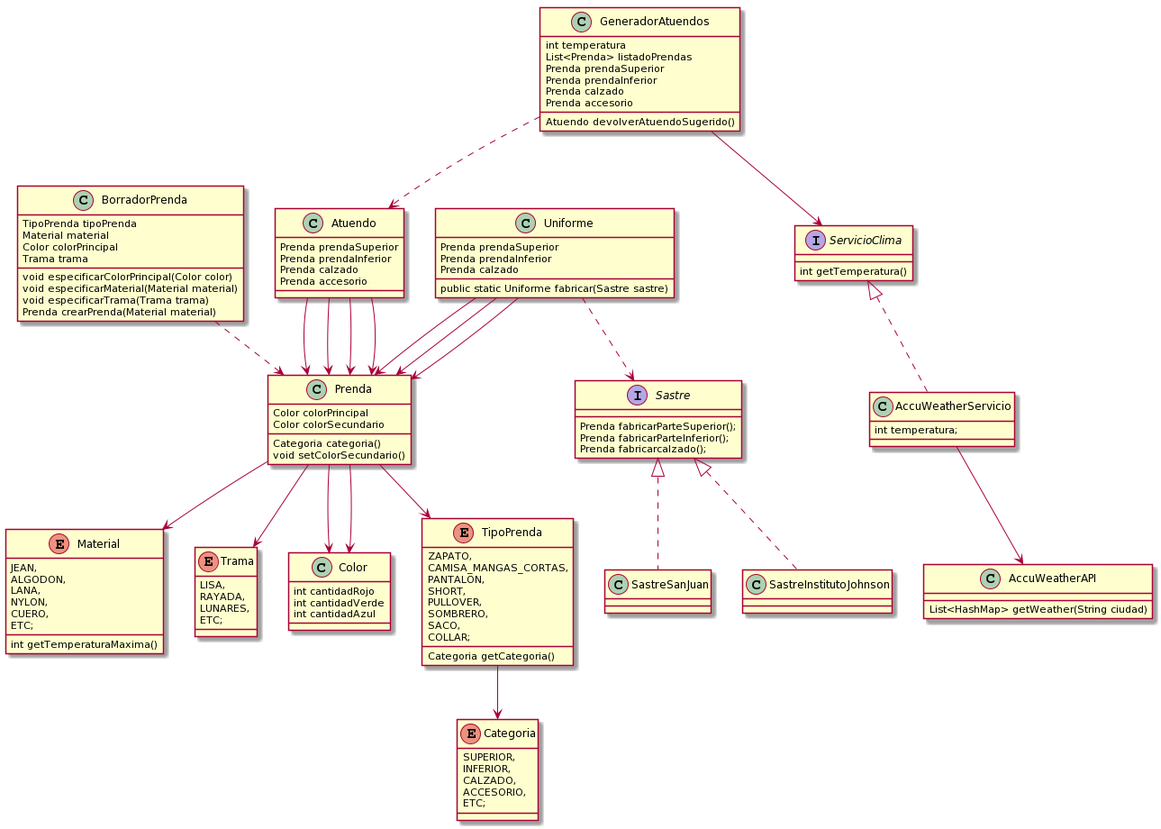
Before: QueMePongo/QMP_Clases.png, a diagram exported from PlantUML (eguiggiaro/UTN-DdS-2020).
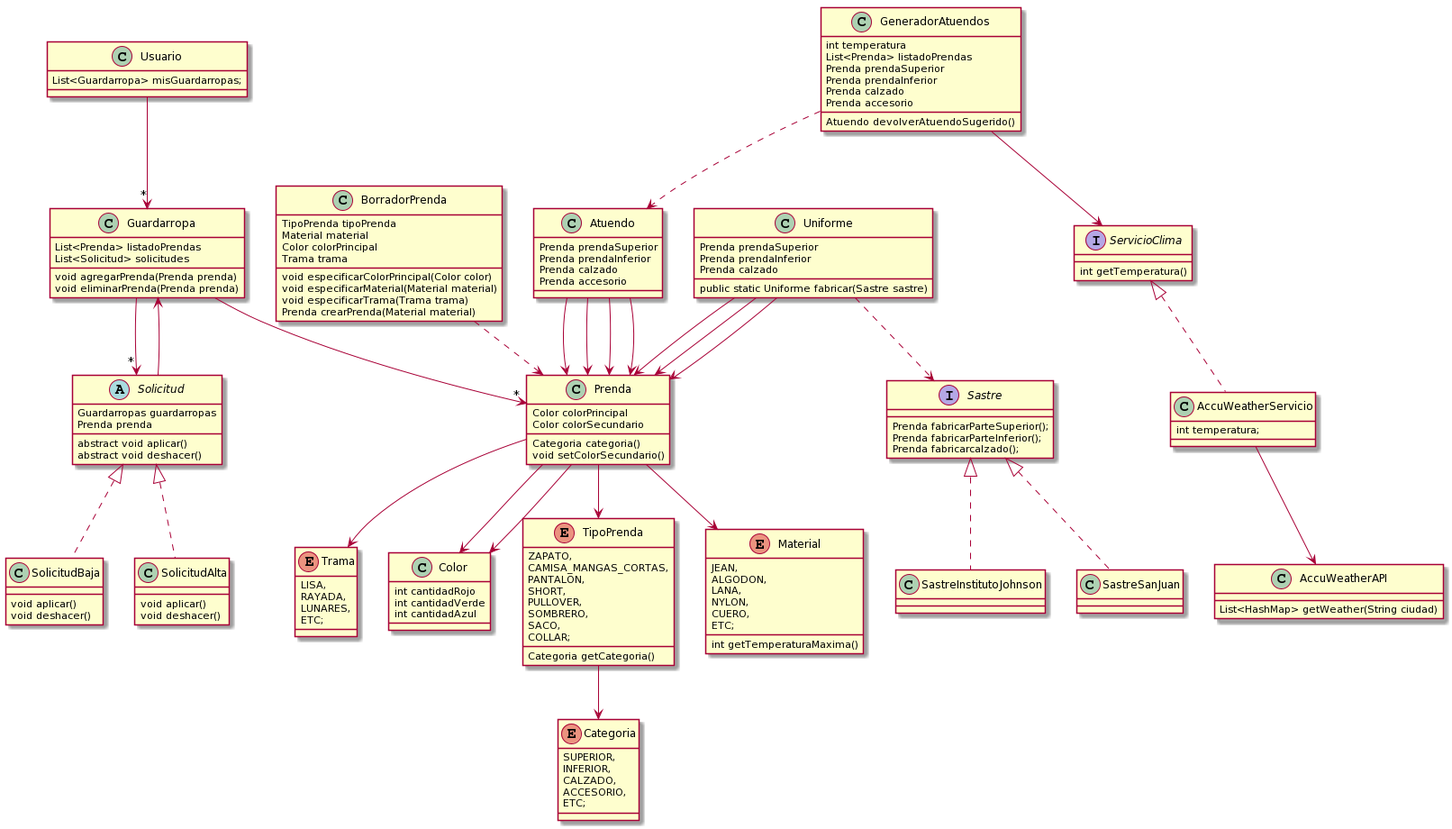
The same diagram one commit later.

The edit, as a diff of the source:
```diff
@@ -15,6 +15,35 @@
 	void setColorSecundario()
 
 }
+
+class Usuario {
+	List<Guardarropa> misGuardarropas;
+}
+
+class Guardarropa {
+         List<Prenda> listadoPrendas
+         List<Solicitud> solicitudes
+        void agregarPrenda(Prenda prenda)
+        void eliminarPrenda(Prenda prenda)
+}
+
+abstract class Solicitud{
+        Guardarropas guardarropas
+        Prenda prenda
+        abstract void aplicar()
+        abstract void deshacer()
+}
+
+class SolicitudAlta{
+        void aplicar()
+        void deshacer()
+}
+
+class SolicitudBaja{
+        void aplicar()
+        void deshacer()
+}
+
 class BorradorPrenda{
         TipoPrenda tipoPrenda
         Material material
@@ -101,6 +130,9 @@
 Atuendo devolverAtuendoSugerido()
 }
 
+Usuario--> "*" Guardarropa
+Guardarropa --> "*" Prenda
+Guardarropa --> "*" Solicitud
 GeneradorAtuendos ..> Atuendo
 GeneradorAtuendos --> ServicioClima
 Atuendo --> Prenda
@@ -122,4 +154,7 @@
 Uniforme ..> Sastre
 Sastre ^.. SastreInstitutoJohnson
 Sastre ^.. SastreSanJuan
+Solicitud ^.. SolicitudAlta
+Solicitud ^.. SolicitudBaja
+Solicitud --> Guardarropa
 @enduml
```
